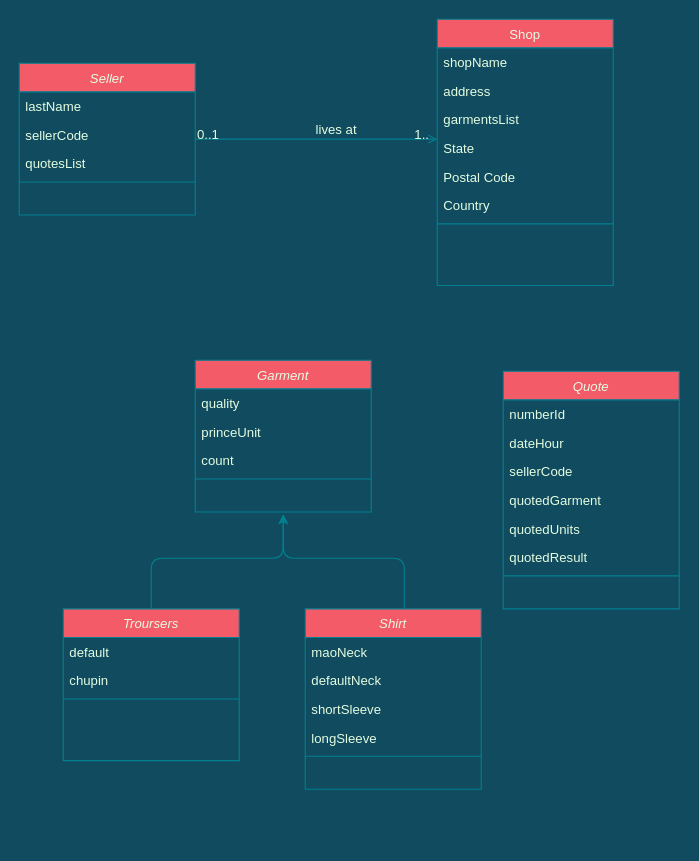
Earlier version of the draw.io diagram Untitled Diagram.drawio (miguelvara456/project-examen-practico-miguel-varas). Source tidied: cells renumbered, new cells numbered last; positions are measured from the earlier drawing's top-left corner, leaving out a move shared by most shapes. Both pictures are drawn from the tidied source at 110%, with x=0, y=0 at pixel (19, 19).
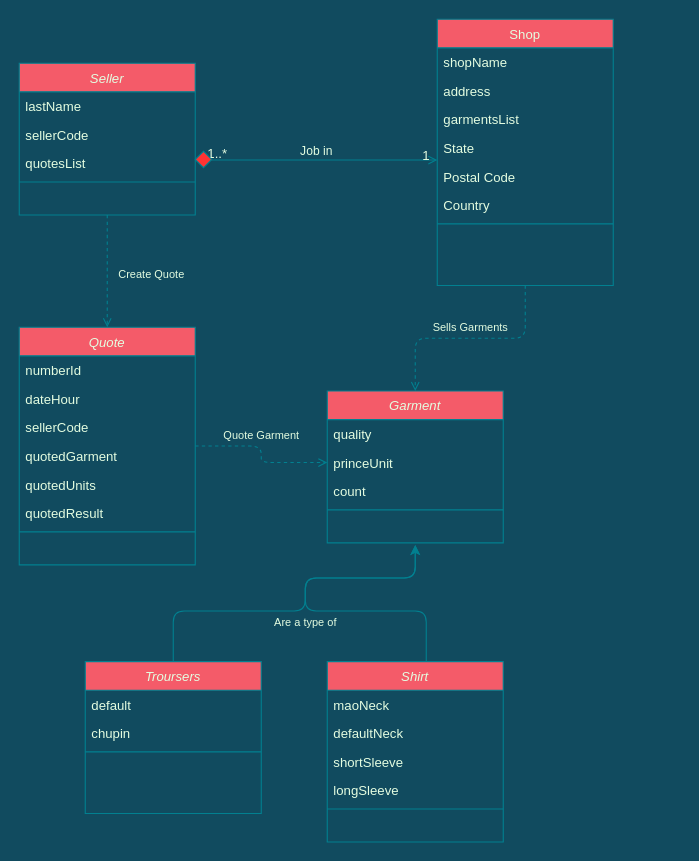
The same diagram, later.

Unchanged cells that the change refers to:
```xml
<mxCell id="2" value="Seller" style="swimlane;fontStyle=2;align=center;verticalAlign=top;horizontal=1;startSize=26;rounded=0;shadow=0;strokeWidth=1;fillColor=#F45B69;strokeColor=#028090;fontColor=#E4FDE1;" parent="1" vertex="1">
  <mxGeometry y="40" width="160" height="138" as="geometry" />
</mxCell>
<mxCell id="7" value="Shop" style="swimlane;fontStyle=0;align=center;verticalAlign=top;horizontal=1;startSize=26;rounded=0;shadow=0;strokeWidth=1;fillColor=#F45B69;strokeColor=#028090;fontColor=#E4FDE1;" parent="1" vertex="1">
  <mxGeometry x="380" width="160" height="242" as="geometry" />
</mxCell>
<mxCell id="29" value="princeUnit" style="text;align=left;verticalAlign=top;spacingLeft=4;spacingRight=4;overflow=hidden;points=[[0,0.5],[1,0.5]];portConstraint=eastwest;rounded=0;shadow=0;html=0;fontColor=#E4FDE1;" parent="27" vertex="1">
  <mxGeometry y="52" width="160" height="26" as="geometry" />
</mxCell>
```

Change to the diagram source:
```diff
@@
+    <mxCell id="44" style="edgeStyle=orthogonalEdgeStyle;curved=0;rounded=1;sketch=0;jettySize=auto;html=1;exitX=0.5;exitY=1;exitDx=0;exitDy=0;entryX=0.5;entryY=0;entryDx=0;entryDy=0;dashed=1;fontSize=10;fontColor=#E4FDE1;endArrow=open;endFill=0;strokeColor=#028090;fillColor=#F45B69;" parent="1" edge="1" source="2" target="19">
+      <mxGeometry relative="1" as="geometry" />
+    </mxCell>
@@
+    <mxCell id="45" style="edgeStyle=orthogonalEdgeStyle;curved=0;rounded=1;sketch=0;jettySize=auto;html=1;exitX=0.5;exitY=1;exitDx=0;exitDy=0;entryX=0.5;entryY=0;entryDx=0;entryDy=0;dashed=1;fontSize=10;fontColor=#E4FDE1;endArrow=open;endFill=0;strokeColor=#028090;fillColor=#F45B69;" parent="1" edge="1" source="7" target="27">
+      <mxGeometry relative="1" as="geometry" />
+    </mxCell>
@@
-    <mxCell id="15" style="endArrow=open;shadow=0;strokeWidth=1;rounded=0;endFill=1;edgeStyle=elbowEdgeStyle;elbow=vertical;labelBackgroundColor=#114B5F;strokeColor=#028090;fontColor=#E4FDE1;" parent="1" edge="1" source="2" target="7">
+    <mxCell id="15" style="endArrow=open;shadow=0;strokeWidth=1;rounded=0;endFill=1;edgeStyle=elbowEdgeStyle;elbow=vertical;labelBackgroundColor=#114B5F;strokeColor=#028090;fontColor=#E4FDE1;startArrow=none;" parent="1" edge="1" source="48" target="7">
       <mxGeometry x="0.5" y="41" relative="1" as="geometry">
         <mxPoint x="-40" y="32" as="offset" />
       </mxGeometry>
     </mxCell>
-    <mxCell id="16" value="0..1" style="align=left;verticalAlign=bottom;labelBackgroundColor=none;fontSize=12;fillColor=#F45B69;strokeColor=#028090;fontColor=#E4FDE1;rounded=0;" parent="15" vertex="1">
-      <mxGeometry x="-1" relative="1" as="geometry">
-        <mxPoint y="4" as="offset" />
-      </mxGeometry>
-    </mxCell>
-    <mxCell id="17" value="1.." style="align=right;verticalAlign=bottom;labelBackgroundColor=none;fontSize=12;fillColor=#F45B69;strokeColor=#028090;fontColor=#E4FDE1;rounded=0;" parent="15" vertex="1">
+    <mxCell id="17" value="1" style="align=right;verticalAlign=bottom;labelBackgroundColor=none;fontSize=12;fillColor=#F45B69;strokeColor=#028090;fontColor=#E4FDE1;rounded=0;" parent="15" vertex="1">
       <mxGeometry x="1" relative="1" as="geometry">
         <mxPoint x="-6" y="4" as="offset" />
       </mxGeometry>
     </mxCell>
-    <mxCell id="18" value="lives at" style="text;html=1;align=center;verticalAlign=middle;labelBackgroundColor=none;rounded=0;shadow=0;strokeWidth=1;fontSize=12;fontColor=#E4FDE1;" parent="15" vertex="1">
+    <mxCell id="18" value="Job in" style="text;html=1;align=center;verticalAlign=middle;labelBackgroundColor=none;rounded=0;shadow=0;strokeWidth=1;fontSize=11;fontColor=#E4FDE1;" parent="15" vertex="1">
       <mxGeometry x="0.5" y="49" relative="1" as="geometry">
-        <mxPoint x="-38" y="40" as="offset" />
+        <mxPoint x="-59" y="40" as="offset" />
       </mxGeometry>
     </mxCell>
+    <mxCell id="46" value="1..*" style="align=right;verticalAlign=bottom;labelBackgroundColor=none;fontSize=12;fillColor=#F45B69;strokeColor=#028090;fontColor=#E4FDE1;rounded=0;" parent="15" vertex="1">
+      <mxGeometry x="1" relative="1" as="geometry">
+        <mxPoint x="-190" y="3" as="offset" />
+      </mxGeometry>
+    </mxCell>
+    <mxCell id="47" style="edgeStyle=orthogonalEdgeStyle;curved=0;rounded=1;sketch=0;jettySize=auto;html=1;fontColor=#E4FDE1;strokeColor=#028090;fillColor=#F45B69;dashed=1;endArrow=open;endFill=0;" parent="1" edge="1" source="19" target="29">
+      <mxGeometry relative="1" as="geometry" />
+    </mxCell>
     <mxCell id="19" value="Quote" style="swimlane;fontStyle=2;align=center;verticalAlign=top;horizontal=1;startSize=26;rounded=0;shadow=0;strokeWidth=1;fillColor=#F45B69;strokeColor=#028090;fontColor=#E4FDE1;" parent="1" vertex="1">
-      <mxGeometry x="440" y="320" width="160" height="216" as="geometry" />
+      <mxGeometry y="280" width="160" height="216" as="geometry" />
     </mxCell>
@@
     <mxCell id="27" value="Garment" style="swimlane;fontStyle=2;align=center;verticalAlign=top;horizontal=1;startSize=26;rounded=0;shadow=0;strokeWidth=1;fillColor=#F45B69;strokeColor=#028090;fontColor=#E4FDE1;" parent="1" vertex="1">
-      <mxGeometry x="160" y="310" width="160" height="138" as="geometry" />
+      <mxGeometry x="280" y="338" width="160" height="138" as="geometry" />
     </mxCell>
@@
     <mxCell id="32" style="edgeStyle=orthogonalEdgeStyle;curved=0;rounded=1;sketch=0;jettySize=auto;html=1;fontColor=#E4FDE1;strokeColor=#028090;fillColor=#F45B69;" parent="1" edge="1" source="33">
       <mxGeometry relative="1" as="geometry">
-        <mxPoint x="240" y="450" as="targetPoint" />
+        <mxPoint x="360" y="478" as="targetPoint" />
         <Array as="points">
-          <mxPoint x="120" y="490" />
-          <mxPoint x="240" y="490" />
+          <mxPoint x="140" y="538" />
+          <mxPoint x="260" y="538" />
+          <mxPoint x="260" y="508" />
+          <mxPoint x="360" y="508" />
         </Array>
       </mxGeometry>
     </mxCell>
     <mxCell id="33" value="Troursers" style="swimlane;fontStyle=2;align=center;verticalAlign=top;horizontal=1;startSize=26;rounded=0;shadow=0;strokeWidth=1;fillColor=#F45B69;strokeColor=#028090;fontColor=#E4FDE1;" parent="1" vertex="1">
-      <mxGeometry x="40" y="536" width="160" height="138" as="geometry" />
+      <mxGeometry x="60" y="584" width="160" height="138" as="geometry" />
     </mxCell>
@@
     <mxCell id="37" style="edgeStyle=orthogonalEdgeStyle;curved=0;rounded=1;sketch=0;jettySize=auto;html=1;fontColor=#E4FDE1;strokeColor=#028090;fillColor=#F45B69;" parent="1" edge="1" source="38">
       <mxGeometry relative="1" as="geometry">
-        <mxPoint x="240" y="450" as="targetPoint" />
+        <mxPoint x="360" y="478" as="targetPoint" />
         <Array as="points">
-          <mxPoint x="350" y="490" />
-          <mxPoint x="240" y="490" />
+          <mxPoint x="370" y="538" />
+          <mxPoint x="260" y="538" />
+          <mxPoint x="260" y="508" />
+          <mxPoint x="360" y="508" />
         </Array>
       </mxGeometry>
     </mxCell>
     <mxCell id="38" value="Shirt" style="swimlane;fontStyle=2;align=center;verticalAlign=top;horizontal=1;startSize=26;rounded=0;shadow=0;strokeWidth=1;fillColor=#F45B69;strokeColor=#028090;fontColor=#E4FDE1;" parent="1" vertex="1">
-      <mxGeometry x="260" y="536" width="160" height="164" as="geometry" />
+      <mxGeometry x="280" y="584" width="160" height="164" as="geometry" />
     </mxCell>
@@
+    <mxCell id="48" style="rhombus;whiteSpace=wrap;html=1;rounded=0;sketch=0;fontColor=#E4FDE1;strokeColor=#028090;fillColor=#FF3333;" parent="1" vertex="1">
+      <mxGeometry x="160" y="120" width="15" height="15" as="geometry" />
+    </mxCell>
+    <mxCell id="49" value="Quote Garment" style="text;html=1;align=center;verticalAlign=middle;strokeColor=none;fillColor=none;fontColor=#E4FDE1;fontSize=10;" parent="1" vertex="1">
+      <mxGeometry x="180" y="368" width="80" height="20" as="geometry" />
+    </mxCell>
+    <mxCell id="50" value="Are a type of" style="text;html=1;align=center;verticalAlign=middle;strokeColor=none;fillColor=none;fontColor=#E4FDE1;fontSize=10;" parent="1" vertex="1">
+      <mxGeometry x="225" y="538" width="70" height="20" as="geometry" />
+    </mxCell>
+    <mxCell id="51" value="Create Quote" style="text;html=1;align=center;verticalAlign=middle;strokeColor=none;fillColor=none;fontColor=#E4FDE1;fontSize=10;" parent="1" vertex="1">
+      <mxGeometry x="80" y="222" width="80" height="20" as="geometry" />
+    </mxCell>
+    <mxCell id="52" value="Sells Garments" style="text;html=1;align=center;verticalAlign=middle;strokeColor=none;fillColor=none;fontColor=#E4FDE1;fontSize=10;" parent="1" vertex="1">
+      <mxGeometry x="370" y="270" width="80" height="20" as="geometry" />
+    </mxCell>
```
